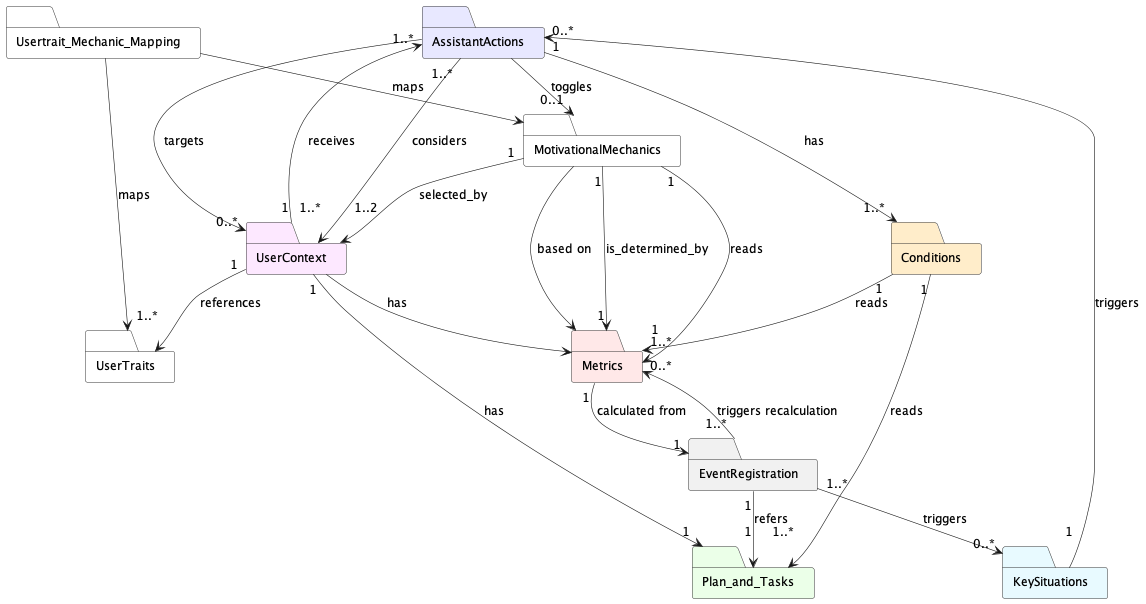
The PlantUML diagram out/UML_HighLevel/master_highlevel/master_highlevel.png in Maks-stack/ontology, before a commit.
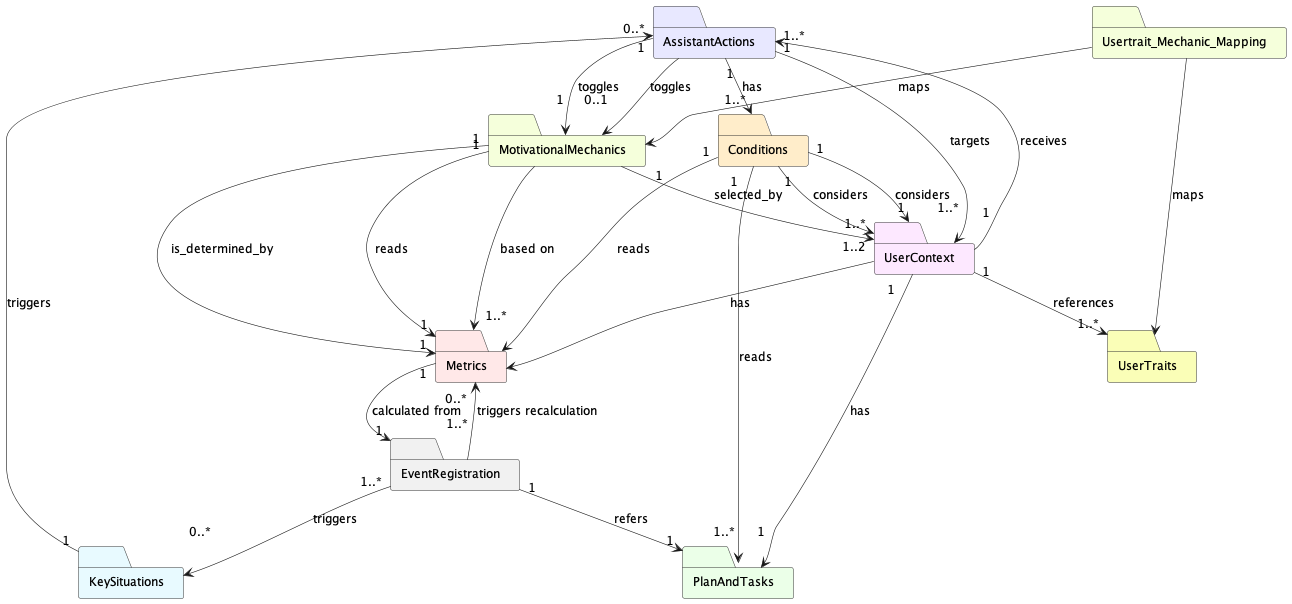
The same file after the commit.

Diff of the diagram source:
```diff
@@ -13,23 +13,23 @@
 skinparam folder<<static>> BackgroundColor #f0f5ff
 skinparam folder<<static>> BorderColor #1d39c4
 
-folder "AssistantActions" as AssistantActions <<dynamic>> #e8e8ff
+folder "AssistantActions" as AssistantActions <<dynamic>> #e8e8ffff
 folder "Conditions" as Conditions #ffedcaff
-folder "EventRegistration" as EventRegistration <<dynamic>> #f1f1f1
-folder "KeySituations" as KeySituations <<dynamic>> #e8faff
-folder "Metrics" as Metrics <<dynamic>> #ffe8e8
-folder "MotivationalMechanics" as MotivationalMechanics <<static>> #ffffff
-folder "Usertrait_Mechanic_Mapping" as Usertrait_Mechanic_Mapping <<static>> #ffffff
-folder "Plan_and_Tasks" as Plan_and_Tasks <<static>> #ebffe8ff
+folder "EventRegistration" as EventRegistration <<dynamic>> #f1f1f1ff
+folder "KeySituations" as KeySituations <<dynamic>> #e8faffff
+folder "Metrics" as Metrics <<dynamic>> #ffe8e8ff
+folder "MotivationalMechanics" as MotivationalMechanics <<static>> #f5ffdbff
+folder "Usertrait_Mechanic_Mapping" as Usertrait_Mechanic_Mapping <<static>> #f5ffdbff
+folder "PlanAndTasks" as PlanAndTasks <<static>> #ebffe8ff
 folder "UserContext" as UserContext #fde8ffff
-folder "UserTraits" as UserTraits <<static>> #ffffff
+folder "UserTraits" as UserTraits <<static>> #fafeb7ff
 
 AssistantActions --> "0..1" MotivationalMechanics : toggles
 Usertrait_Mechanic_Mapping --> MotivationalMechanics : maps
 Usertrait_Mechanic_Mapping --> UserTraits : maps
 MotivationalMechanics "1" --> "1..2" UserContext : selected_by
-AssistantActions --> "0..*" UserContext : targets
-AssistantActions "1..*" --> "1..*" UserContext : considers
+AssistantActions "1" --> "1" MotivationalMechanics : toggles
+AssistantActions "1" --> "1..*" UserContext : targets
 EventRegistration "1..*" --> "0..*" KeySituations : triggers
 EventRegistration "1..*" --> "0..*" Metrics : triggers recalculation
 Metrics "1" --> "1" EventRegistration : calculated from
@@ -37,12 +37,14 @@
 UserContext "1" --> "1..*" UserTraits : references
 UserContext "1" --> "1..*" AssistantActions : receives
 UserContext --> Metrics : has
-UserContext "1" --> "1" Plan_and_Tasks : has
-EventRegistration "1" --> "1" Plan_and_Tasks : refers
+UserContext "1" --> "1" PlanAndTasks : has
+EventRegistration "1" --> "1" PlanAndTasks : refers
 MotivationalMechanics "1" --> "1" Metrics : is_determined_by
 MotivationalMechanics "1" --> "1" Metrics : reads
 AssistantActions "1" --> "1..*" Conditions : has
 Conditions "1" --> "1..*" Metrics : reads
-Conditions "1" --> "1..*" Plan_and_Tasks : reads
+Conditions "1" --> "1..*" PlanAndTasks : reads
+Conditions "1" --> "1..*" UserContext : considers
+Conditions "1" --> "1" UserContext : considers
 MotivationalMechanics --> Metrics : based on
 @enduml
```
